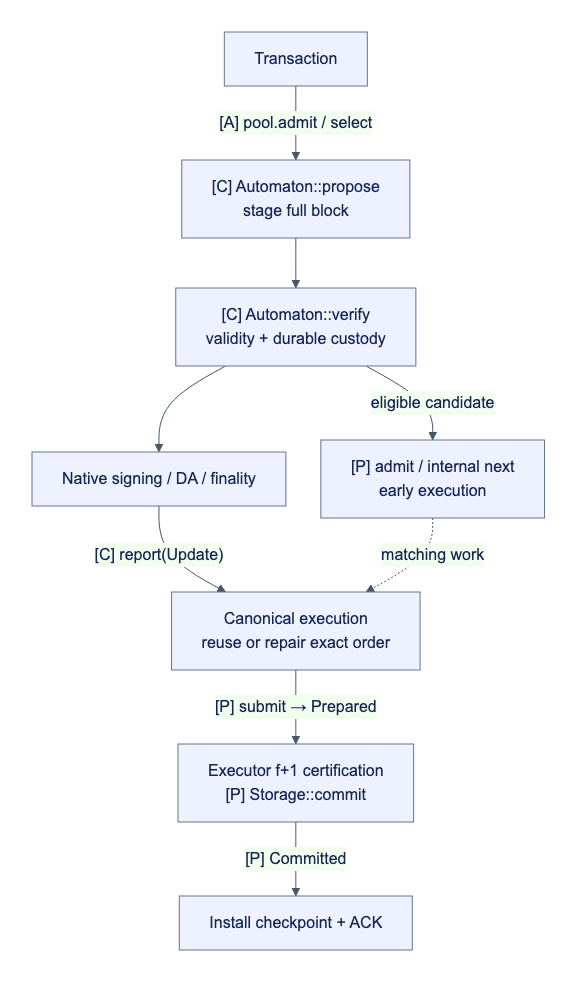
Above: docs/assets/diagrams/diagram-34.png in djm07073/baton (Mermaid), before the change. Its source is kept beside it as docs/assets/diagrams/diagram-34.mmd. The source it was exported from:
```mermaid
flowchart TB
    T["Transaction"] -->|"[A] pool.admit / select"| B["[C] Automaton::propose<br/>stage full block"]
    B --> V["[C] Automaton::verify<br/>validity + durable custody"]
    V -->|"eligible candidate"| X["[P] admit / internal next<br/>early execution"]
    V --> N["Native signing / DA / finality"]
    N -->|"[C] report(Update)"| O["Canonical execution<br/>reuse or repair exact order"]
    X -.->|"matching work"| O
    O -->|"[P] submit → Prepared"| C["Executor f+1 certification<br/>[P] Storage::commit"]
    C -->|"[P] Committed"| A["Install checkpoint + ACK"]
```
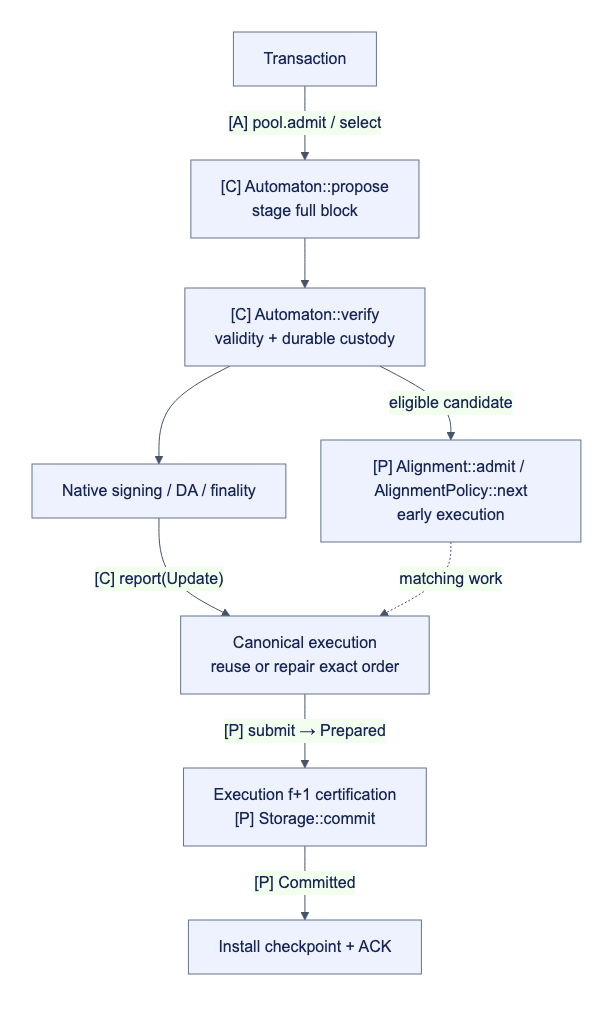
Above is the later version.

Change to the diagram source:
```diff
@@ -1,9 +1,9 @@
 flowchart TB
     T["Transaction"] -->|"[A] pool.admit / select"| B["[C] Automaton::propose<br/>stage full block"]
     B --> V["[C] Automaton::verify<br/>validity + durable custody"]
-    V -->|"eligible candidate"| X["[P] admit / internal next<br/>early execution"]
+    V -->|"eligible candidate"| X["[P] Alignment::admit / AlignmentPolicy::next<br/>early execution"]
     V --> N["Native signing / DA / finality"]
     N -->|"[C] report(Update)"| O["Canonical execution<br/>reuse or repair exact order"]
     X -.->|"matching work"| O
-    O -->|"[P] submit → Prepared"| C["Executor f+1 certification<br/>[P] Storage::commit"]
+    O -->|"[P] submit → Prepared"| C["Execution f+1 certification<br/>[P] Storage::commit"]
     C -->|"[P] Committed"| A["Install checkpoint + ACK"]
```
